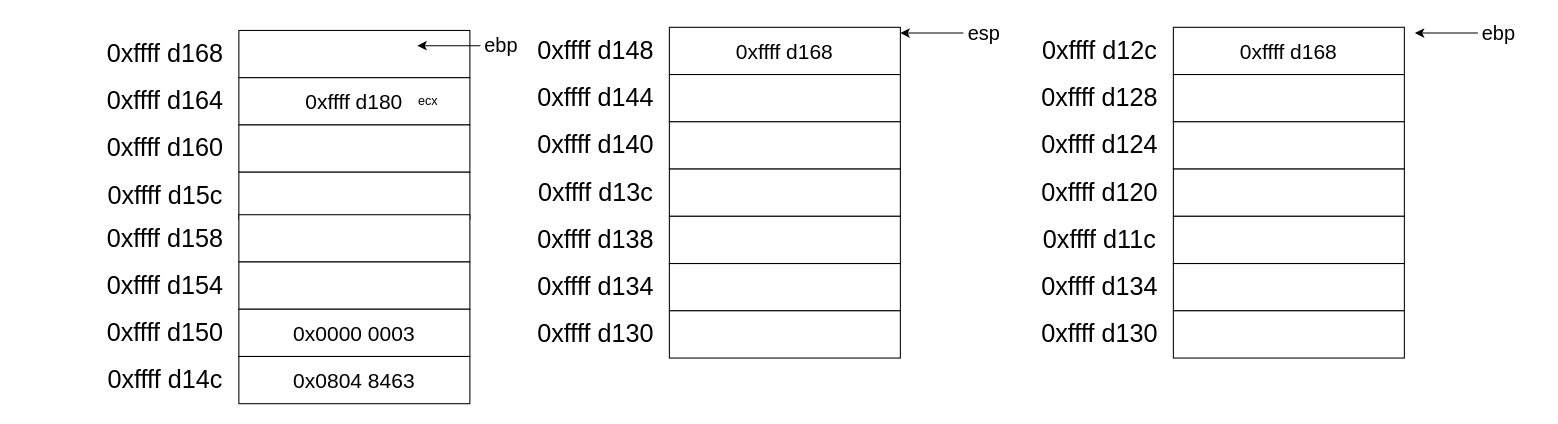
IRiDecenT/graph keeps this draw.io diagram as page "第 11 页" (11 of 11) of ICS实验5.drawio. Above is the earlier version. Source tidied: cells renumbered, new cells numbered last; positions are measured from the earlier drawing's top-left corner, leaving out a move shared by most shapes. Both pictures are drawn from the tidied source at 105%, with x=0, y=0 at pixel (102, 17).
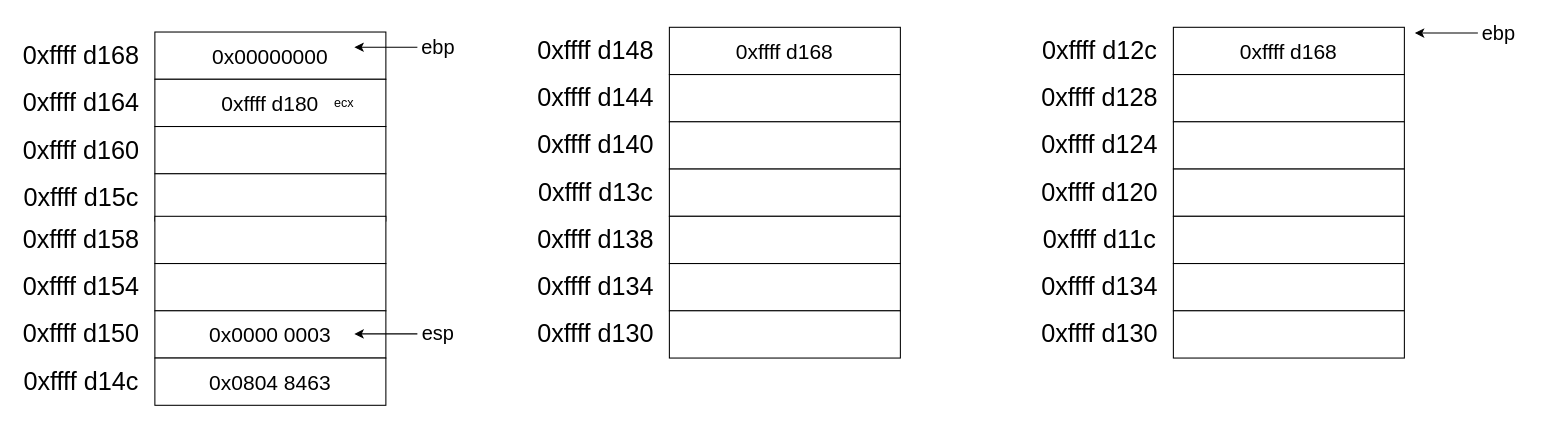
Above is the later version.

The edit, as a diff of the source:
```diff
@@
     <mxCell id="2" value="&lt;font style=&quot;font-size: 24px;&quot;&gt;0xffff d168&lt;/font&gt;" style="text;html=1;strokeColor=none;fillColor=none;align=center;verticalAlign=middle;whiteSpace=wrap;rounded=0;" parent="1" vertex="1">
-      <mxGeometry y="20" width="120" height="30" as="geometry" />
+      <mxGeometry x="-80" y="21.5" width="120" height="30" as="geometry" />
     </mxCell>
-    <mxCell id="3" style="rounded=0;whiteSpace=wrap;html=1;fontSize=20;" parent="1" vertex="1">
-      <mxGeometry x="130" y="12.5" width="220" height="45" as="geometry" />
+    <mxCell id="3" value="0x00000000" style="rounded=0;whiteSpace=wrap;html=1;fontSize=20;" parent="1" vertex="1">
+      <mxGeometry x="50" y="14" width="220" height="45" as="geometry" />
     </mxCell>
     <mxCell id="4" value="&lt;font style=&quot;font-size: 24px;&quot;&gt;0xffff d164&lt;/font&gt;" style="text;html=1;strokeColor=none;fillColor=none;align=center;verticalAlign=middle;whiteSpace=wrap;rounded=0;" parent="1" vertex="1">
-      <mxGeometry y="65" width="120" height="30" as="geometry" />
+      <mxGeometry x="-80" y="66.5" width="120" height="30" as="geometry" />
     </mxCell>
     <mxCell id="5" value="0xffff d180" style="rounded=0;whiteSpace=wrap;html=1;fontSize=20;" parent="1" vertex="1">
-      <mxGeometry x="130" y="57.5" width="220" height="45" as="geometry" />
+      <mxGeometry x="50" y="59" width="220" height="45" as="geometry" />
     </mxCell>
     <mxCell id="6" value="&lt;font style=&quot;font-size: 24px;&quot;&gt;0xffff d160&lt;/font&gt;" style="text;html=1;strokeColor=none;fillColor=none;align=center;verticalAlign=middle;whiteSpace=wrap;rounded=0;" parent="1" vertex="1">
-      <mxGeometry y="110" width="120" height="30" as="geometry" />
+      <mxGeometry x="-80" y="111.5" width="120" height="30" as="geometry" />
     </mxCell>
     <mxCell id="7" style="rounded=0;whiteSpace=wrap;html=1;fontSize=20;" parent="1" vertex="1">
-      <mxGeometry x="130" y="102.5" width="220" height="45" as="geometry" />
+      <mxGeometry x="50" y="104" width="220" height="45" as="geometry" />
     </mxCell>
     <mxCell id="8" value="&lt;font style=&quot;font-size: 24px;&quot;&gt;0xffff d15c&lt;/font&gt;" style="text;html=1;strokeColor=none;fillColor=none;align=center;verticalAlign=middle;whiteSpace=wrap;rounded=0;" parent="1" vertex="1">
-      <mxGeometry y="155" width="120" height="30" as="geometry" />
+      <mxGeometry x="-80" y="156.5" width="120" height="30" as="geometry" />
     </mxCell>
     <mxCell id="9" style="rounded=0;whiteSpace=wrap;html=1;fontSize=20;" parent="1" vertex="1">
-      <mxGeometry x="130" y="147.5" width="220" height="45" as="geometry" />
+      <mxGeometry x="50" y="149" width="220" height="45" as="geometry" />
     </mxCell>
     <mxCell id="10" value="&lt;font style=&quot;font-size: 24px;&quot;&gt;0xffff d158&lt;/font&gt;" style="text;html=1;strokeColor=none;fillColor=none;align=center;verticalAlign=middle;whiteSpace=wrap;rounded=0;" parent="1" vertex="1">
-      <mxGeometry y="195.5" width="120" height="30" as="geometry" />
+      <mxGeometry x="-80" y="197" width="120" height="30" as="geometry" />
     </mxCell>
     <mxCell id="11" style="rounded=0;whiteSpace=wrap;html=1;fontSize=20;" parent="1" vertex="1">
-      <mxGeometry x="130" y="188" width="220" height="45" as="geometry" />
+      <mxGeometry x="50" y="189.5" width="220" height="45" as="geometry" />
     </mxCell>
     <mxCell id="12" value="&lt;font style=&quot;font-size: 24px;&quot;&gt;0xffff d154&lt;/font&gt;" style="text;html=1;strokeColor=none;fillColor=none;align=center;verticalAlign=middle;whiteSpace=wrap;rounded=0;" parent="1" vertex="1">
-      <mxGeometry y="240.5" width="120" height="30" as="geometry" />
+      <mxGeometry x="-80" y="242" width="120" height="30" as="geometry" />
     </mxCell>
     <mxCell id="13" style="rounded=0;whiteSpace=wrap;html=1;fontSize=20;" parent="1" vertex="1">
-      <mxGeometry x="130" y="233" width="220" height="45" as="geometry" />
+      <mxGeometry x="50" y="234.5" width="220" height="45" as="geometry" />
     </mxCell>
     <mxCell id="14" value="ecx" style="text;html=1;align=center;verticalAlign=middle;strokeColor=none;fillColor=none;" parent="1" vertex="1">
-      <mxGeometry x="290" y="65" width="40" height="30" as="geometry" />
+      <mxGeometry x="210" y="66.5" width="40" height="30" as="geometry" />
     </mxCell>
     <mxCell id="15" value="&lt;font style=&quot;font-size: 24px;&quot;&gt;0xffff d150&lt;/font&gt;" style="text;html=1;strokeColor=none;fillColor=none;align=center;verticalAlign=middle;whiteSpace=wrap;rounded=0;" parent="1" vertex="1">
-      <mxGeometry y="285.5" width="120" height="30" as="geometry" />
+      <mxGeometry x="-80" y="287" width="120" height="30" as="geometry" />
     </mxCell>
     <mxCell id="16" value="0x0000 0003" style="rounded=0;whiteSpace=wrap;html=1;fontSize=20;" parent="1" vertex="1">
-      <mxGeometry x="130" y="278" width="220" height="45" as="geometry" />
+      <mxGeometry x="50" y="279.5" width="220" height="45" as="geometry" />
     </mxCell>
     <mxCell id="17" value="&lt;font style=&quot;font-size: 24px;&quot;&gt;0xffff d14c&lt;/font&gt;" style="text;html=1;strokeColor=none;fillColor=none;align=center;verticalAlign=middle;whiteSpace=wrap;rounded=0;" parent="1" vertex="1">
-      <mxGeometry y="330.5" width="120" height="30" as="geometry" />
+      <mxGeometry x="-80" y="332" width="120" height="30" as="geometry" />
     </mxCell>
     <mxCell id="18" value="0x0804 8463" style="rounded=0;whiteSpace=wrap;html=1;fontSize=20;" parent="1" vertex="1">
-      <mxGeometry x="130" y="323" width="220" height="45" as="geometry" />
+      <mxGeometry x="50" y="324.5" width="220" height="45" as="geometry" />
     </mxCell>
     <mxCell id="19" value="&lt;font style=&quot;font-size: 19px;&quot;&gt;ebp&lt;/font&gt;" style="text;html=1;strokeColor=none;fillColor=none;align=center;verticalAlign=middle;whiteSpace=wrap;rounded=0;fontSize=19;fontStyle=0;" parent="1" vertex="1">
-      <mxGeometry x="340" y="12.5" width="80" height="30" as="geometry" />
+      <mxGeometry x="280" y="14" width="80" height="30" as="geometry" />
     </mxCell>
     <mxCell id="20" style="endArrow=classic;html=1;rounded=0;fontStyle=0;fontSize=19;" parent="1" edge="1">
       <mxGeometry relative="1" as="geometry">
-        <mxPoint x="360" y="27" as="sourcePoint" />
-        <mxPoint x="300" y="27" as="targetPoint" />
+        <mxPoint x="300" y="28.5" as="sourcePoint" />
+        <mxPoint x="240" y="28.5" as="targetPoint" />
       </mxGeometry>
     </mxCell>
@@
     <mxCell id="51" value="&lt;font style=&quot;font-size: 19px;&quot;&gt;esp&lt;/font&gt;" style="text;html=1;strokeColor=none;fillColor=none;align=center;verticalAlign=middle;whiteSpace=wrap;rounded=0;fontSize=19;fontStyle=0;" parent="1" vertex="1">
-      <mxGeometry x="800" y="0.5" width="80" height="30" as="geometry" />
+      <mxGeometry x="280" y="287" width="80" height="30" as="geometry" />
     </mxCell>
     <mxCell id="52" style="endArrow=classic;html=1;rounded=0;fontStyle=0;fontSize=19;" parent="1" edge="1">
       <mxGeometry relative="1" as="geometry">
-        <mxPoint x="820" y="15" as="sourcePoint" />
-        <mxPoint x="760" y="15" as="targetPoint" />
+        <mxPoint x="300" y="301.5" as="sourcePoint" />
+        <mxPoint x="240" y="301.5" as="targetPoint" />
       </mxGeometry>
     </mxCell>
```
